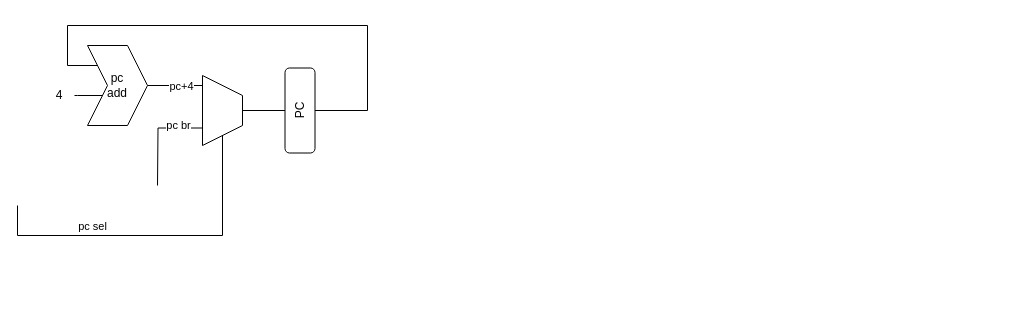
Earlier version of the draw.io diagram pipeline.drawio (tomhaber/rvcpu). Source tidied: cells renumbered, new cells numbered last; positions are measured from the earlier drawing's top-left corner, leaving out a move shared by most shapes. Both pictures are drawn from the tidied source at 100%, with x=0, y=0 at pixel (17, 25).
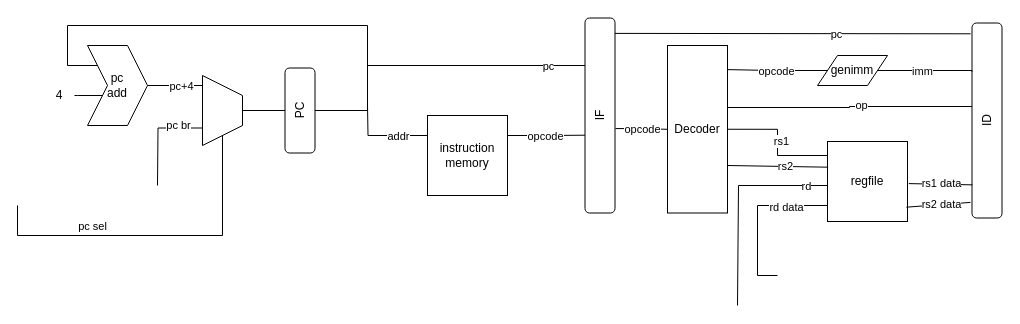
Above is the later version.

What changed in the source:
```diff
@@
+    <mxCell id="15" style="edgeStyle=orthogonalEdgeStyle;rounded=0;jettySize=auto;html=1;exitX=0;exitY=0.25;exitDx=0;exitDy=0;strokeWidth=1;endArrow=none;endFill=0;" parent="1" edge="1" source="19">
+      <mxGeometry relative="1" as="geometry">
+        <mxPoint x="350" y="80" as="targetPoint" />
+      </mxGeometry>
+    </mxCell>
+    <mxCell id="16" value="addr" style="edgeLabel;html=1;align=center;verticalAlign=middle;" parent="15" vertex="1">
+      <mxGeometry x="-0.32" relative="1" as="geometry" />
+    </mxCell>
+    <mxCell id="17" style="edgeStyle=orthogonalEdgeStyle;rounded=0;jettySize=auto;html=1;exitX=1;exitY=0.25;exitDx=0;exitDy=0;endArrow=none;endFill=0;entryX=0.399;entryY=0.046;entryDx=0;entryDy=0;entryPerimeter=0;" parent="1" edge="1" source="19" target="24">
+      <mxGeometry relative="1" as="geometry" />
+    </mxCell>
+    <mxCell id="18" value="opcode" style="edgeLabel;html=1;align=center;verticalAlign=middle;" parent="17" vertex="1">
+      <mxGeometry x="-0.06" relative="1" as="geometry" />
+    </mxCell>
+    <mxCell id="19" value="instruction&lt;br&gt;memory" style="whiteSpace=wrap;html=1;" parent="1" vertex="1">
+      <mxGeometry x="410" y="90" width="80" height="80" as="geometry" />
+    </mxCell>
+    <mxCell id="20" style="edgeStyle=orthogonalEdgeStyle;rounded=0;jettySize=auto;html=1;exitX=0.856;exitY=0.046;exitDx=0;exitDy=0;exitPerimeter=0;endArrow=none;endFill=0;" parent="1" edge="1" source="24">
+      <mxGeometry relative="1" as="geometry">
+        <mxPoint x="350" y="40" as="targetPoint" />
+        <Array as="points">
+          <mxPoint x="569" y="40" />
+          <mxPoint x="350" y="40" />
+        </Array>
+      </mxGeometry>
+    </mxCell>
+    <mxCell id="21" value="pc" style="edgeLabel;html=1;align=center;verticalAlign=middle;" parent="20" vertex="1">
+      <mxGeometry x="-0.26" y="2" relative="1" as="geometry">
+        <mxPoint x="30" y="-2" as="offset" />
+      </mxGeometry>
+    </mxCell>
+    <mxCell id="22" style="edgeStyle=orthogonalEdgeStyle;rounded=0;jettySize=auto;html=1;endArrow=none;endFill=0;exitX=0.433;exitY=1.016;exitDx=0;exitDy=0;exitPerimeter=0;" parent="1" edge="1" source="24" target="32">
+      <mxGeometry relative="1" as="geometry" />
+    </mxCell>
+    <mxCell id="23" value="opcode" style="edgeLabel;html=1;align=center;verticalAlign=middle;" parent="22" vertex="1">
+      <mxGeometry x="-0.31" relative="1" as="geometry">
+        <mxPoint x="9" as="offset" />
+      </mxGeometry>
+    </mxCell>
+    <mxCell id="24" value="IF" style="rounded=1;whiteSpace=wrap;html=1;rotation=-90;" parent="1" vertex="1">
+      <mxGeometry x="485" y="75" width="195" height="30" as="geometry" />
+    </mxCell>
+    <mxCell id="25" style="edgeStyle=orthogonalEdgeStyle;rounded=0;jettySize=auto;html=1;endArrow=none;endFill=0;" parent="1" edge="1" source="29">
+      <mxGeometry relative="1" as="geometry">
+        <mxPoint x="760" y="250" as="targetPoint" />
+        <Array as="points">
+          <mxPoint x="740" y="180" />
+          <mxPoint x="740" y="250" />
+        </Array>
+      </mxGeometry>
+    </mxCell>
+    <mxCell id="26" value="rd data" style="edgeLabel;html=1;align=center;verticalAlign=middle;" parent="25" vertex="1">
+      <mxGeometry x="-0.48" y="1" relative="1" as="geometry" />
+    </mxCell>
+    <mxCell id="27" style="edgeStyle=orthogonalEdgeStyle;rounded=0;jettySize=auto;html=1;endArrow=none;endFill=0;" parent="1" edge="1" source="29">
+      <mxGeometry relative="1" as="geometry">
+        <mxPoint x="720" y="280" as="targetPoint" />
+        <Array as="points">
+          <mxPoint x="721" y="160" />
+          <mxPoint x="721" y="280" />
+        </Array>
+      </mxGeometry>
+    </mxCell>
+    <mxCell id="28" value="rd" style="edgeLabel;html=1;align=center;verticalAlign=middle;" parent="27" vertex="1">
+      <mxGeometry x="-0.79" y="3" relative="1" as="geometry">
+        <mxPoint y="-3" as="offset" />
+      </mxGeometry>
+    </mxCell>
+    <mxCell id="29" value="regfile" style="whiteSpace=wrap;html=1;" parent="1" vertex="1">
+      <mxGeometry x="810" y="116" width="80" height="80" as="geometry" />
+    </mxCell>
+    <mxCell id="30" style="edgeStyle=orthogonalEdgeStyle;rounded=0;orthogonalLoop=1;jettySize=auto;html=1;entryX=0.531;entryY=0.035;entryDx=0;entryDy=0;entryPerimeter=0;endArrow=none;endFill=0;" parent="1" edge="1">
+      <mxGeometry relative="1" as="geometry">
+        <mxPoint x="710" y="82" as="sourcePoint" />
+        <mxPoint x="955.5" y="81" as="targetPoint" />
+        <Array as="points">
+          <mxPoint x="832" y="82" />
+        </Array>
+      </mxGeometry>
+    </mxCell>
+    <mxCell id="31" value="op" style="edgeLabel;html=1;align=center;verticalAlign=middle;" parent="30" vertex="1">
+      <mxGeometry x="0.09" y="2" relative="1" as="geometry" />
+    </mxCell>
+    <mxCell id="32" value="Decoder" style="rounded=0;whiteSpace=wrap;html=1;" parent="1" vertex="1">
+      <mxGeometry x="650" y="20" width="60" height="167.5" as="geometry" />
+    </mxCell>
+    <mxCell id="33" style="edgeStyle=orthogonalEdgeStyle;rounded=0;jettySize=auto;html=1;exitX=0;exitY=0.25;exitDx=0;exitDy=0;endArrow=none;endFill=0;entryX=1;entryY=0.5;entryDx=0;entryDy=0;" parent="1" edge="1" source="29" target="32">
+      <mxGeometry relative="1" as="geometry">
+        <Array as="points">
+          <mxPoint x="810" y="130" />
+          <mxPoint x="760" y="130" />
+          <mxPoint x="760" y="104" />
+        </Array>
+      </mxGeometry>
+    </mxCell>
+    <mxCell id="34" value="rs1" style="edgeLabel;html=1;align=center;verticalAlign=middle;" parent="33" vertex="1">
+      <mxGeometry x="0.08" y="-3" relative="1" as="geometry" />
+    </mxCell>
+    <mxCell id="35" style="endArrow=none;html=1;rounded=0;entryX=0.016;entryY=0.639;entryDx=0;entryDy=0;entryPerimeter=0;exitX=1.012;exitY=0.856;exitDx=0;exitDy=0;exitPerimeter=0;" parent="1" edge="1">
+      <mxGeometry relative="1" as="geometry">
+        <mxPoint x="710" y="140" as="sourcePoint" />
+        <mxPoint x="810.6" y="141.7" as="targetPoint" />
+      </mxGeometry>
+    </mxCell>
+    <mxCell id="36" value="rs2" style="edgeLabel;html=1;align=center;verticalAlign=middle;" parent="35" vertex="1">
+      <mxGeometry x="0.36" y="-2" relative="1" as="geometry">
+        <mxPoint x="-10" y="-3" as="offset" />
+      </mxGeometry>
+    </mxCell>
+    <mxCell id="37" value="ID" style="rounded=1;whiteSpace=wrap;html=1;rotation=-90;" parent="1" vertex="1">
+      <mxGeometry x="872" y="80" width="195" height="30" as="geometry" />
+    </mxCell>
+    <mxCell id="38" style="endArrow=none;html=1;rounded=0;entryX=0.17;entryY=0.015;entryDx=0;entryDy=0;entryPerimeter=0;exitX=1.016;exitY=0.639;exitDx=0;exitDy=0;exitPerimeter=0;" parent="1" edge="1" target="37">
+      <mxGeometry relative="1" as="geometry">
+        <mxPoint x="891.3" y="158.1" as="sourcePoint" />
+      </mxGeometry>
+    </mxCell>
+    <mxCell id="39" value="rs1 data" style="edgeLabel;html=1;align=center;verticalAlign=middle;" parent="38" vertex="1">
+      <mxGeometry x="0.02" y="1" relative="1" as="geometry" />
+    </mxCell>
+    <mxCell id="40" style="endArrow=none;html=1;rounded=0;entryX=0.08;entryY=-0.05;entryDx=0;entryDy=0;entryPerimeter=0;exitX=0.986;exitY=0.821;exitDx=0;exitDy=0;exitPerimeter=0;" parent="1" edge="1" source="29" target="37">
+      <mxGeometry relative="1" as="geometry" />
+    </mxCell>
+    <mxCell id="41" value="rs2 data" style="edgeLabel;html=1;align=center;verticalAlign=middle;" parent="40" vertex="1">
+      <mxGeometry x="-0.14" y="-4" relative="1" as="geometry">
+        <mxPoint x="6" y="-5" as="offset" />
+      </mxGeometry>
+    </mxCell>
+    <mxCell id="42" style="endArrow=none;html=1;rounded=0;entryX=0.919;entryY=-0.046;entryDx=0;entryDy=0;entryPerimeter=0;exitX=0.921;exitY=0.995;exitDx=0;exitDy=0;exitPerimeter=0;" parent="1" edge="1" source="24">
+      <mxGeometry relative="1" as="geometry">
+        <mxPoint x="953.1" y="8.3" as="targetPoint" />
+      </mxGeometry>
+    </mxCell>
+    <mxCell id="43" value="pc" style="edgeLabel;html=1;align=center;verticalAlign=middle;" parent="42" vertex="1">
+      <mxGeometry x="0.24" y="-2" relative="1" as="geometry">
+        <mxPoint y="-2" as="offset" />
+      </mxGeometry>
+    </mxCell>
+    <mxCell id="44" style="edgeStyle=orthogonalEdgeStyle;rounded=0;jettySize=auto;html=1;exitX=1;exitY=0.5;exitDx=0;exitDy=0;entryX=0.75;entryY=0;entryDx=0;entryDy=0;endArrow=none;endFill=0;" parent="1" edge="1" source="46" target="37">
+      <mxGeometry relative="1" as="geometry">
+        <Array as="points">
+          <mxPoint x="955" y="45" />
+        </Array>
+      </mxGeometry>
+    </mxCell>
+    <mxCell id="45" value="imm" style="edgeLabel;html=1;align=center;verticalAlign=middle;" parent="44" vertex="1">
+      <mxGeometry x="-0.08" relative="1" as="geometry" />
+    </mxCell>
+    <mxCell id="46" value="genimm" style="shape=parallelogram;perimeter=parallelogramPerimeter;whiteSpace=wrap;html=1;fixedSize=1;" parent="1" vertex="1">
+      <mxGeometry x="800" y="30" width="70" height="30" as="geometry" />
+    </mxCell>
+    <mxCell id="47" style="edgeStyle=orthogonalEdgeStyle;rounded=0;jettySize=auto;html=1;exitX=0;exitY=0.5;exitDx=0;exitDy=0;entryX=1.002;entryY=0.144;entryDx=0;entryDy=0;entryPerimeter=0;endArrow=none;endFill=0;" parent="1" edge="1" source="46" target="32">
+      <mxGeometry relative="1" as="geometry" />
+    </mxCell>
+    <mxCell id="48" value="opcode" style="edgeLabel;html=1;align=center;verticalAlign=middle;" parent="47" vertex="1">
+      <mxGeometry x="0.03" y="2" relative="1" as="geometry">
+        <mxPoint y="-2" as="offset" />
+      </mxGeometry>
+    </mxCell>
```
